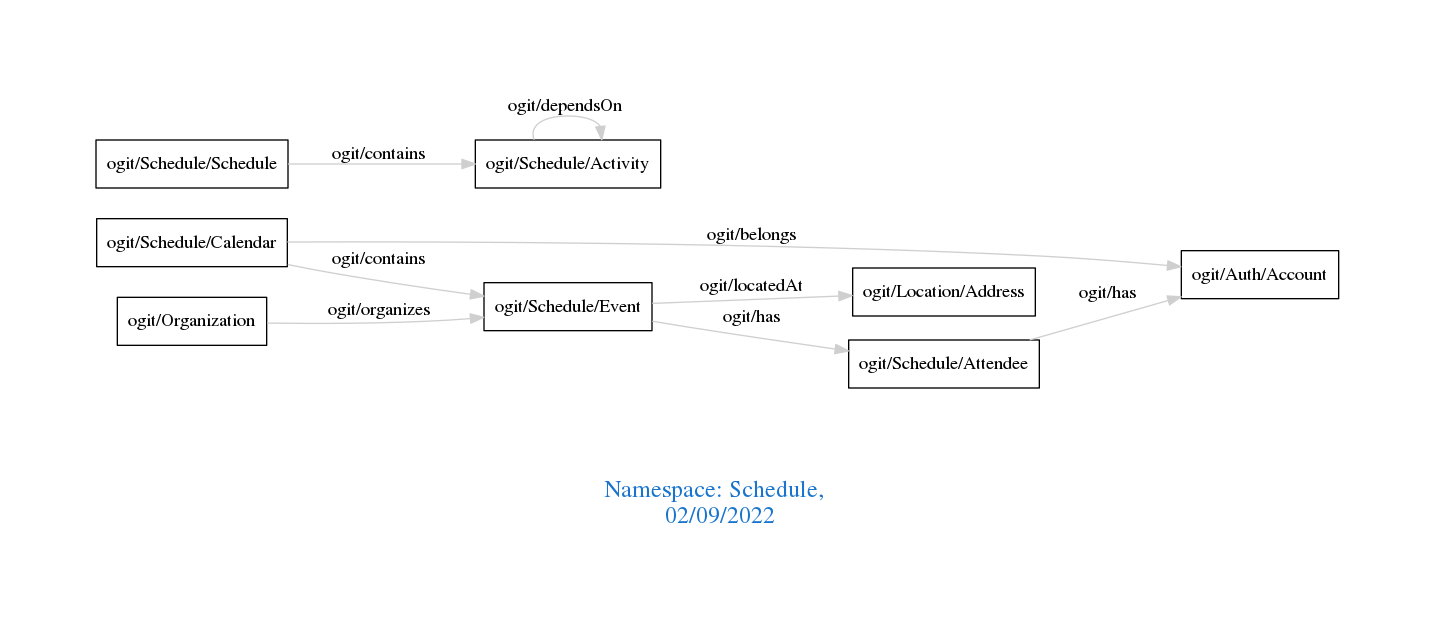
Above: downloads/Schedule.png in arago/OGIT (Graphviz), before the change. Its source is kept beside it as downloads/Schedule.dot.
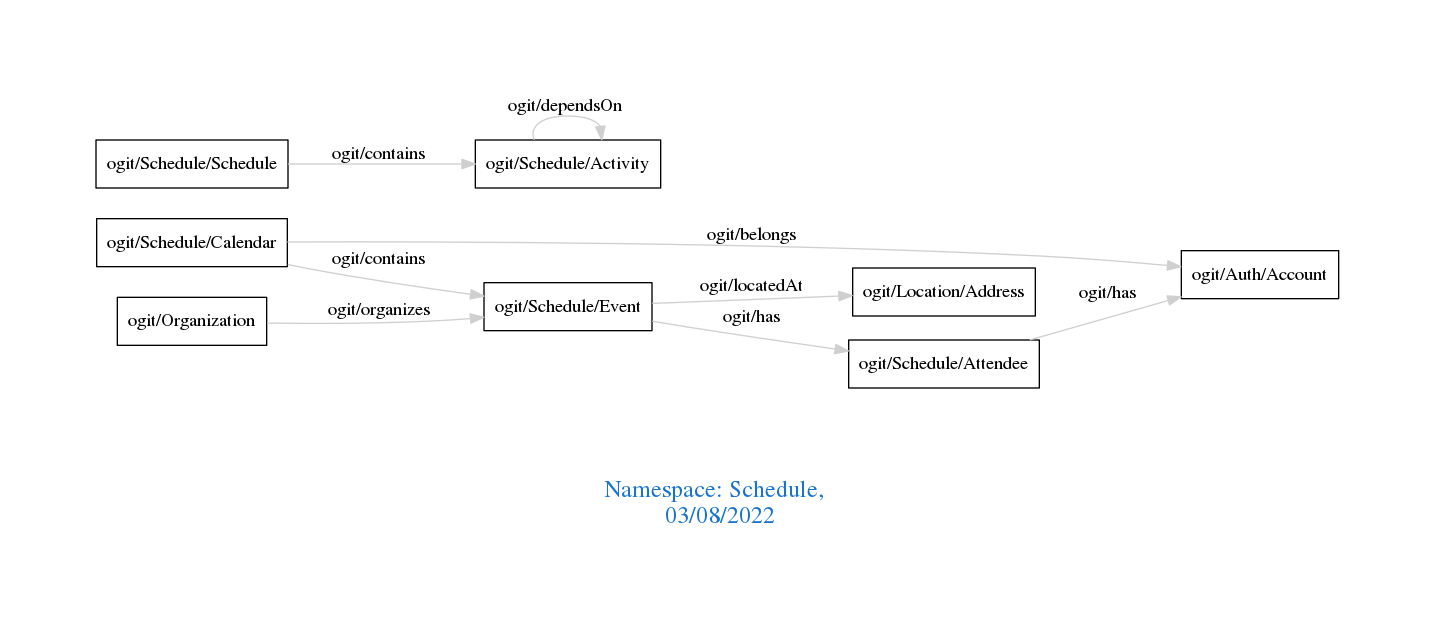
The same file after the commit.

What changed in the source:
```diff
@@ -1,7 +1,7 @@
 digraph OGIT_ontology {
  graph [ rankdir= LR,pad=1
 fontsize = 18,
-fontcolor= dodgerblue3,label = "\n\n\nNamespace: Schedule, \n 02/09/2022"];
+fontcolor= dodgerblue3,label = "\n\n\nNamespace: Schedule, \n 03/08/2022"];
 node[shape=polygon];
 edge [  color="gray81"];
 
```
